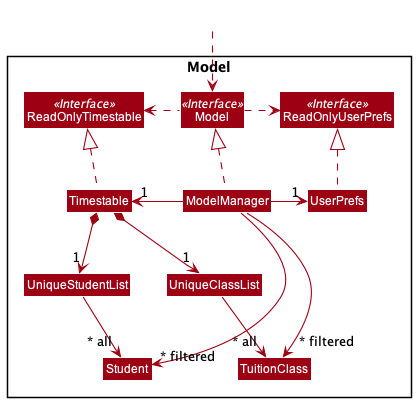
The PlantUML diagram docs/images/ModelClassDiagram.png in softmagnet/tp, before a commit.
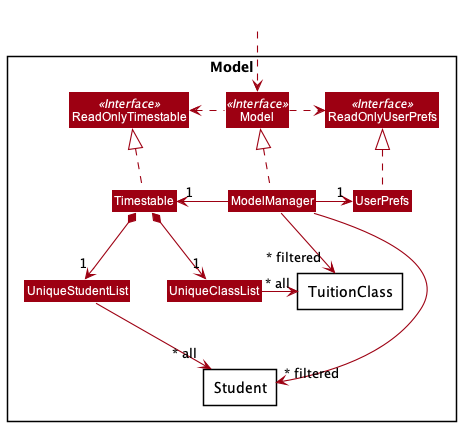
Later version of the same file.

Commit message:
Fix small errors in DG model component

Diff of the diagram source:
```diff
@@ -16,12 +16,18 @@
 Class ReadOnlyUserPrefs
 
 Class UniqueStudentList
-Class Student
+Class UniqueClassList
 
-Class UniqueClassList
-Class TuitionClass
+package TuitionClass <<Rectangle>> {
+}
+package Student <<Rectangle>> {
+}
+
+
 
 }
+
+
 
 Class HiddenOutside #FFFFFF
 HiddenOutside ..> Model
@@ -39,7 +45,7 @@
 UniqueStudentList --> "~* all" Student
 
 Timestable *--> "1" UniqueClassList
-UniqueClassList --> "~* all" TuitionClass
+UniqueClassList -right-> "~* all" TuitionClass
 
 ModelManager -->"~* filtered" Student
 ModelManager -->"~* filtered" TuitionClass
```
